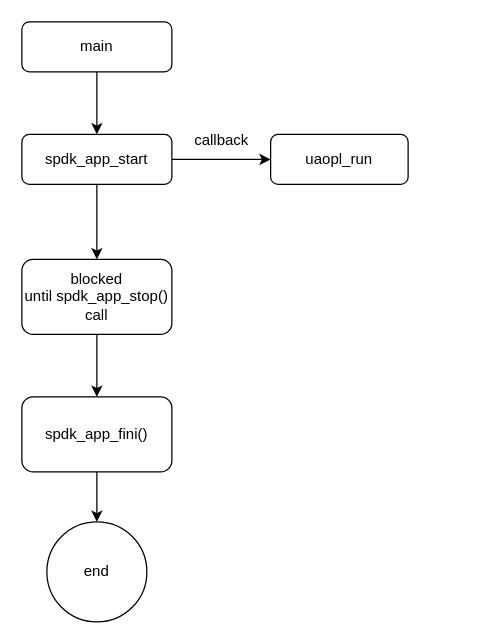
Before: uaopl.drawio in hayden-pzhou/drawioChart, a draw.io diagram. Source tidied: cells renumbered, new cells numbered last; positions are measured from the earlier drawing's top-left corner, leaving out a move shared by most shapes. Both pictures are drawn from the tidied source at 125%, with x=0, y=0 at pixel (21, 21).
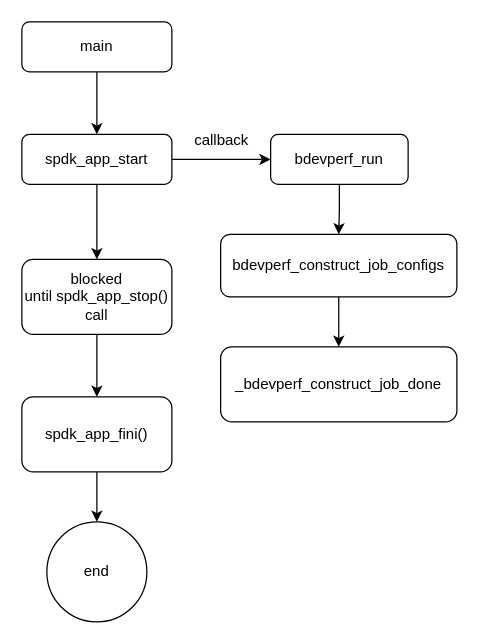
The same page after the edit.

What changed in the source:
```diff
@@
 <mxGraphModel>
   <root>
     <mxCell id="0" />
     <mxCell id="1" parent="0" />
     <mxCell id="2" style="edgeStyle=orthogonalEdgeStyle;rounded=0;jettySize=auto;html=1;" parent="1" edge="1" source="3" target="6">
       <mxGeometry relative="1" as="geometry" />
     </mxCell>
     <mxCell id="3" value="main" style="rounded=1;whiteSpace=wrap;html=1;fontSize=12;glass=0;strokeWidth=1;shadow=0;" parent="1" vertex="1">
       <mxGeometry width="120" height="40" as="geometry" />
     </mxCell>
     <mxCell id="4" style="edgeStyle=orthogonalEdgeStyle;rounded=0;jettySize=auto;html=1;" parent="1" edge="1" source="6" target="7">
       <mxGeometry relative="1" as="geometry" />
     </mxCell>
     <mxCell id="5" style="edgeStyle=orthogonalEdgeStyle;rounded=0;jettySize=auto;html=1;" parent="1" edge="1" source="6" target="10">
       <mxGeometry relative="1" as="geometry" />
     </mxCell>
     <mxCell id="6" value="spdk_app_start" style="rounded=1;whiteSpace=wrap;html=1;fontSize=12;glass=0;strokeWidth=1;shadow=0;" parent="1" vertex="1">
       <mxGeometry y="90" width="120" height="40" as="geometry" />
     </mxCell>
+    <mxCell id="14" style="edgeStyle=orthogonalEdgeStyle;rounded=0;jettySize=auto;html=1;" parent="1" edge="1" source="7" target="16">
+      <mxGeometry relative="1" as="geometry" />
+    </mxCell>
-    <mxCell id="7" value="uaopl_run" style="whiteSpace=wrap;html=1;rounded=1;glass=0;strokeWidth=1;shadow=0;" parent="1" vertex="1">
+    <mxCell id="7" value="bdevperf_run" style="whiteSpace=wrap;html=1;rounded=1;glass=0;strokeWidth=1;shadow=0;" parent="1" vertex="1">
       <mxGeometry x="199" y="90" width="110" height="40" as="geometry" />
     </mxCell>
     <mxCell id="8" value="callback" style="text;html=1;strokeColor=none;fillColor=none;align=center;verticalAlign=middle;whiteSpace=wrap;rounded=0;" parent="1" vertex="1">
       <mxGeometry x="130" y="80" width="60" height="30" as="geometry" />
     </mxCell>
     <mxCell id="9" style="edgeStyle=orthogonalEdgeStyle;rounded=0;jettySize=auto;html=1;" parent="1" edge="1" source="10" target="12">
       <mxGeometry relative="1" as="geometry" />
     </mxCell>
     <mxCell id="10" value="blocked&lt;br&gt;until spdk_app_stop()&lt;br&gt;call" style="whiteSpace=wrap;html=1;rounded=1;glass=0;strokeWidth=1;shadow=0;" parent="1" vertex="1">
       <mxGeometry y="190" width="120" height="60" as="geometry" />
     </mxCell>
     <mxCell id="11" style="edgeStyle=orthogonalEdgeStyle;rounded=0;jettySize=auto;html=1;" parent="1" edge="1" source="12" target="13">
       <mxGeometry relative="1" as="geometry" />
     </mxCell>
     <mxCell id="12" value="spdk_app_fini()" style="rounded=1;whiteSpace=wrap;html=1;glass=0;strokeWidth=1;shadow=0;" parent="1" vertex="1">
       <mxGeometry y="300" width="120" height="60" as="geometry" />
     </mxCell>
     <mxCell id="13" value="end" style="ellipse;whiteSpace=wrap;html=1;rounded=1;glass=0;strokeWidth=1;shadow=0;" parent="1" vertex="1">
       <mxGeometry x="20" y="400" width="80" height="80" as="geometry" />
     </mxCell>
+    <mxCell id="15" style="edgeStyle=orthogonalEdgeStyle;rounded=0;jettySize=auto;html=1;" parent="1" edge="1" source="16" target="17">
+      <mxGeometry relative="1" as="geometry" />
+    </mxCell>
+    <mxCell id="16" value="bdevperf_construct_job_configs" style="whiteSpace=wrap;html=1;rounded=1;glass=0;strokeWidth=1;shadow=0;" parent="1" vertex="1">
+      <mxGeometry x="159" y="170" width="189" height="50" as="geometry" />
+    </mxCell>
+    <mxCell id="17" value="_bdevperf_construct_job_done" style="whiteSpace=wrap;html=1;rounded=1;glass=0;strokeWidth=1;shadow=0;" parent="1" vertex="1">
+      <mxGeometry x="159" y="260" width="189" height="60" as="geometry" />
+    </mxCell>
   </root>
 </mxGraphModel>
```
